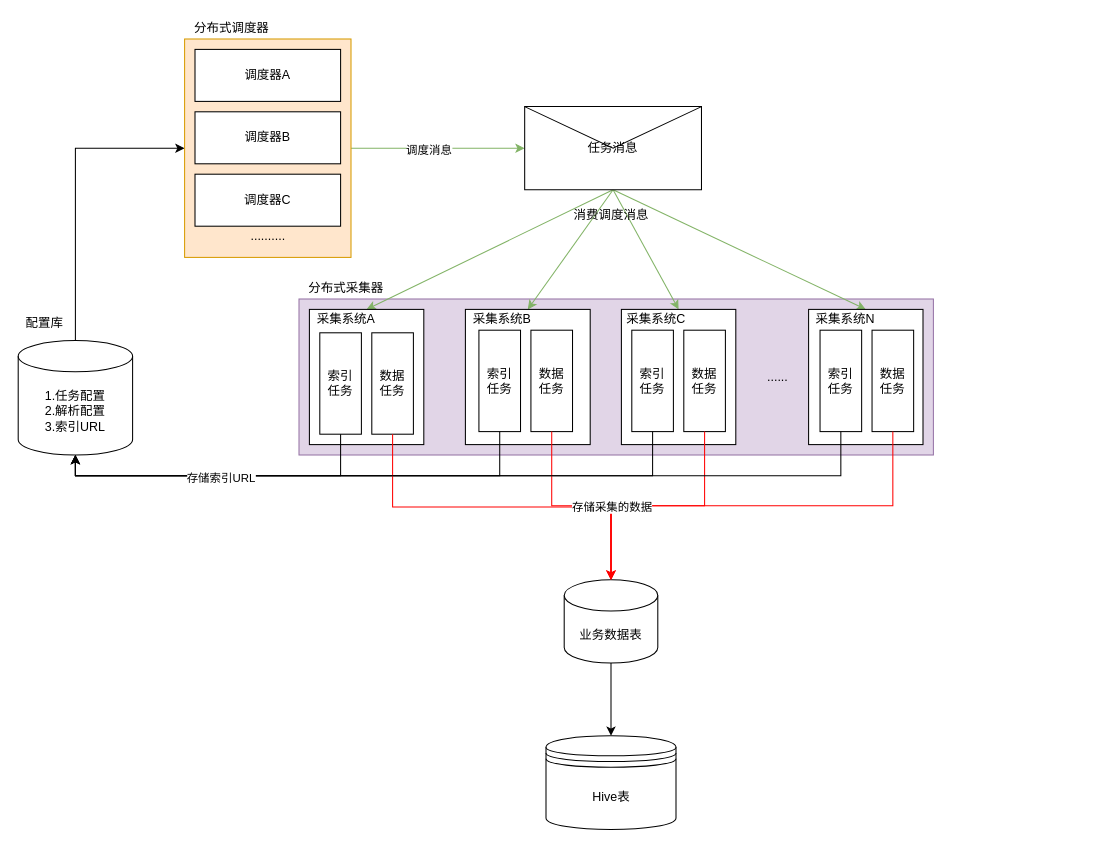
Before: Untitled Diagram.drawio in xiaohutushen30/xiaohutushen30-draw, a draw.io diagram. Source tidied: cells renumbered, new cells numbered last; positions are measured from the earlier drawing's top-left corner, leaving out a move shared by most shapes. Both pictures are drawn from the tidied source at 104%, with x=0, y=0 at pixel (18, 18).
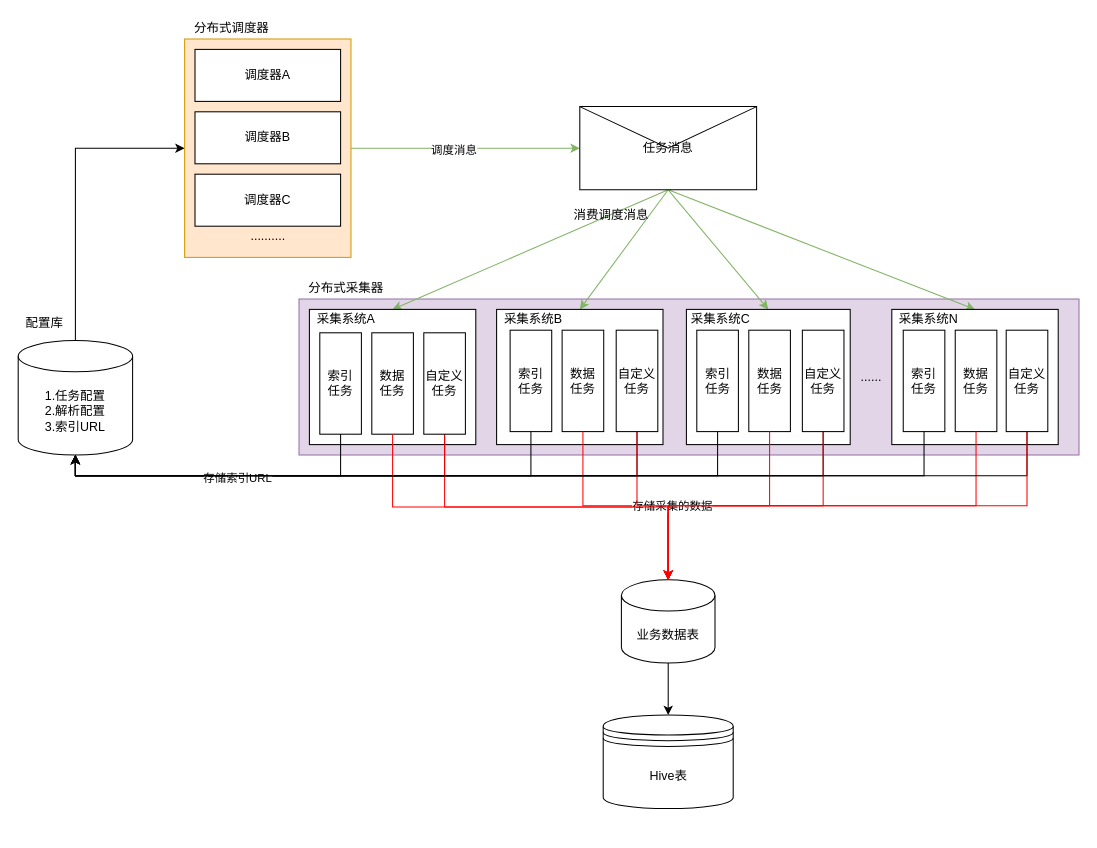
Above is the later version.

Unchanged cells that the change refers to:
```xml
<mxCell id="4" value="1.任务配置&lt;br&gt;2.解析配置&lt;br&gt;3.索引URL" style="shape=cylinder3;whiteSpace=wrap;html=1;boundedLbl=1;backgroundOutline=1;size=15;" parent="1" vertex="1">
  <mxGeometry y="310" width="110" height="110" as="geometry" />
</mxCell>
```

What changed in the source:
```diff
@@
     <mxCell id="2" style="rounded=0;whiteSpace=wrap;html=1;fillColor=#e1d5e7;strokeColor=#9673a6;" parent="1" vertex="1">
-      <mxGeometry x="270" y="270" width="610" height="150" as="geometry" />
+      <mxGeometry x="270" y="270" width="750" height="150" as="geometry" />
     </mxCell>
@@
     <mxCell id="18" value="任务消息" style="shape=message;html=1;whiteSpace=wrap;html=1;outlineConnect=0;" parent="1" vertex="1">
-      <mxGeometry x="487" y="85" width="170" height="80" as="geometry" />
+      <mxGeometry x="540" y="85" width="170" height="80" as="geometry" />
     </mxCell>
     <mxCell id="19" style="rounded=0;whiteSpace=wrap;html=1;" parent="1" vertex="1">
-      <mxGeometry x="280" y="280" width="110" height="130" as="geometry" />
+      <mxGeometry x="280" y="280" width="160" height="130" as="geometry" />
     </mxCell>
     <mxCell id="20" style="rounded=0;whiteSpace=wrap;html=1;" parent="1" vertex="1">
-      <mxGeometry x="430" y="280" width="120" height="130" as="geometry" />
+      <mxGeometry x="460" y="280" width="160" height="130" as="geometry" />
     </mxCell>
     <mxCell id="21" style="rounded=0;whiteSpace=wrap;html=1;" parent="1" vertex="1">
-      <mxGeometry x="580" y="280" width="110" height="130" as="geometry" />
+      <mxGeometry x="642.5" y="280" width="157.5" height="130" as="geometry" />
     </mxCell>
     <mxCell id="22" style="rounded=0;whiteSpace=wrap;html=1;" parent="1" vertex="1">
-      <mxGeometry x="760" y="280" width="110" height="130" as="geometry" />
+      <mxGeometry x="840" y="280" width="160" height="130" as="geometry" />
     </mxCell>
     <mxCell id="23" value="......" style="text;html=1;align=center;verticalAlign=middle;strokeColor=none;fillColor=none;" parent="1" vertex="1">
-      <mxGeometry x="710" y="335" width="40" height="20" as="geometry" />
+      <mxGeometry x="800" y="335" width="40" height="20" as="geometry" />
     </mxCell>
@@
     <mxCell id="26" value="业务数据表" style="shape=cylinder3;whiteSpace=wrap;html=1;boundedLbl=1;backgroundOutline=1;size=15;" parent="1" vertex="1">
-      <mxGeometry x="525" y="540" width="90" height="80" as="geometry" />
+      <mxGeometry x="580" y="540" width="90" height="80" as="geometry" />
     </mxCell>
     <mxCell id="27" value="Hive表" style="shape=datastore;whiteSpace=wrap;html=1;" parent="1" vertex="1">
-      <mxGeometry x="507.5" y="690" width="125" height="90" as="geometry" />
+      <mxGeometry x="562.5" y="670" width="125" height="90" as="geometry" />
     </mxCell>
@@
     <mxCell id="29" value="&lt;span&gt;采集系统B&lt;/span&gt;" style="text;html=1;align=center;verticalAlign=middle;strokeColor=none;fillColor=none;" parent="1" vertex="1">
-      <mxGeometry x="430" y="280" width="70" height="20" as="geometry" />
+      <mxGeometry x="460" y="280" width="70" height="20" as="geometry" />
     </mxCell>
     <mxCell id="30" value="&lt;span&gt;采集系统C&lt;/span&gt;" style="text;html=1;align=center;verticalAlign=middle;strokeColor=none;fillColor=none;" parent="1" vertex="1">
-      <mxGeometry x="577.5" y="280" width="70" height="20" as="geometry" />
+      <mxGeometry x="640" y="280" width="70" height="20" as="geometry" />
     </mxCell>
     <mxCell id="31" value="&lt;span&gt;采集系统N&lt;/span&gt;" style="text;html=1;align=center;verticalAlign=middle;strokeColor=none;fillColor=none;" parent="1" vertex="1">
-      <mxGeometry x="760" y="280" width="70" height="20" as="geometry" />
+      <mxGeometry x="840" y="280" width="70" height="20" as="geometry" />
     </mxCell>
@@
     <mxCell id="35" style="group;" parent="1" vertex="1">
-      <mxGeometry x="443" y="300" width="90" height="97.5" as="geometry" />
+      <mxGeometry x="473" y="300" width="90" height="97.5" as="geometry" />
     </mxCell>
@@
     <mxCell id="38" style="group;" parent="1" vertex="1">
-      <mxGeometry x="590" y="300" width="90" height="97.5" as="geometry" />
+      <mxGeometry x="652.5" y="300" width="90" height="97.5" as="geometry" />
     </mxCell>
@@
     <mxCell id="41" style="group;" parent="1" vertex="1">
-      <mxGeometry x="771" y="300" width="90" height="97.5" as="geometry" />
+      <mxGeometry x="851" y="300" width="90" height="97.5" as="geometry" />
     </mxCell>
@@
+    <mxCell id="55" style="edgeStyle=orthogonalEdgeStyle;rounded=0;jettySize=auto;html=1;exitX=0.5;exitY=1;exitDx=0;exitDy=0;entryX=0.5;entryY=1;entryDx=0;entryDy=0;entryPerimeter=0;strokeColor=#000000;" parent="1" edge="1" source="57" target="4">
+      <mxGeometry relative="1" as="geometry" />
+    </mxCell>
+    <mxCell id="56" style="edgeStyle=orthogonalEdgeStyle;rounded=0;jettySize=auto;html=1;exitX=0.5;exitY=1;exitDx=0;exitDy=0;entryX=0.5;entryY=0;entryDx=0;entryDy=0;entryPerimeter=0;strokeColor=#FF0000;" parent="1" edge="1" source="57" target="26">
+      <mxGeometry relative="1" as="geometry" />
+    </mxCell>
+    <mxCell id="57" value="自定义任务" style="rounded=0;whiteSpace=wrap;html=1;" parent="1" vertex="1">
+      <mxGeometry x="390" y="302.5" width="40" height="97.5" as="geometry" />
+    </mxCell>
+    <mxCell id="58" style="edgeStyle=orthogonalEdgeStyle;rounded=0;jettySize=auto;html=1;exitX=0.5;exitY=1;exitDx=0;exitDy=0;entryX=0.5;entryY=1;entryDx=0;entryDy=0;entryPerimeter=0;strokeColor=#000000;" parent="1" edge="1" source="60" target="4">
+      <mxGeometry relative="1" as="geometry" />
+    </mxCell>
+    <mxCell id="59" style="edgeStyle=orthogonalEdgeStyle;rounded=0;jettySize=auto;html=1;exitX=0.5;exitY=1;exitDx=0;exitDy=0;entryX=0.5;entryY=0;entryDx=0;entryDy=0;entryPerimeter=0;strokeColor=#FF0000;" parent="1" edge="1" source="60" target="26">
+      <mxGeometry relative="1" as="geometry" />
+    </mxCell>
+    <mxCell id="60" value="自定义任务" style="rounded=0;whiteSpace=wrap;html=1;" parent="1" vertex="1">
+      <mxGeometry x="575" y="300" width="40" height="97.5" as="geometry" />
+    </mxCell>
+    <mxCell id="61" style="edgeStyle=orthogonalEdgeStyle;rounded=0;jettySize=auto;html=1;exitX=0.5;exitY=1;exitDx=0;exitDy=0;entryX=0.5;entryY=1;entryDx=0;entryDy=0;entryPerimeter=0;strokeColor=#000000;" parent="1" edge="1" source="63" target="4">
+      <mxGeometry relative="1" as="geometry" />
+    </mxCell>
+    <mxCell id="62" style="edgeStyle=orthogonalEdgeStyle;rounded=0;jettySize=auto;html=1;exitX=0.5;exitY=1;exitDx=0;exitDy=0;entryX=0.5;entryY=0;entryDx=0;entryDy=0;entryPerimeter=0;strokeColor=#FF0000;" parent="1" edge="1" source="63" target="26">
+      <mxGeometry relative="1" as="geometry" />
+    </mxCell>
+    <mxCell id="63" value="自定义任务" style="rounded=0;whiteSpace=wrap;html=1;" parent="1" vertex="1">
+      <mxGeometry x="754" y="300" width="40" height="97.5" as="geometry" />
+    </mxCell>
+    <mxCell id="64" style="edgeStyle=orthogonalEdgeStyle;rounded=0;jettySize=auto;html=1;exitX=0.5;exitY=1;exitDx=0;exitDy=0;entryX=0.5;entryY=1;entryDx=0;entryDy=0;entryPerimeter=0;strokeColor=#000000;" parent="1" edge="1" source="66" target="4">
+      <mxGeometry relative="1" as="geometry" />
+    </mxCell>
+    <mxCell id="65" style="edgeStyle=orthogonalEdgeStyle;rounded=0;jettySize=auto;html=1;exitX=0.5;exitY=1;exitDx=0;exitDy=0;entryX=0.5;entryY=0;entryDx=0;entryDy=0;entryPerimeter=0;strokeColor=#FF0000;" parent="1" edge="1" source="66" target="26">
+      <mxGeometry relative="1" as="geometry" />
+    </mxCell>
+    <mxCell id="66" value="自定义任务" style="rounded=0;whiteSpace=wrap;html=1;" parent="1" vertex="1">
+      <mxGeometry x="950" y="300" width="40" height="97.5" as="geometry" />
+    </mxCell>
```
